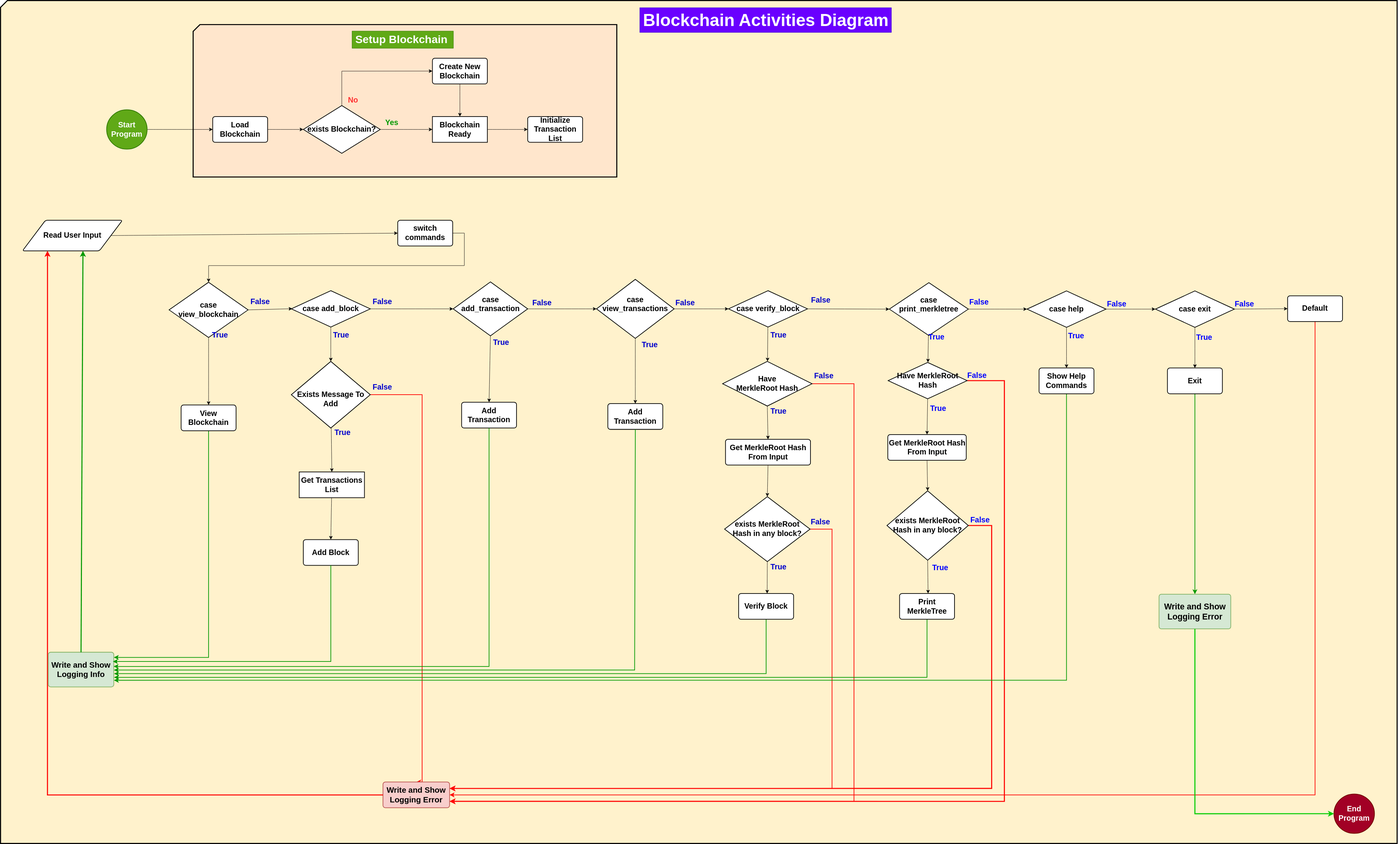
Above: public/images/Blockchain.svg in NoNameNo1F/Simplified_Blockchain-Golang (draw.io), before the change. Source tidied: cells renumbered, new cells last; positions are measured from the earlier drawing's top-left corner, leaving out a move shared by most shapes.
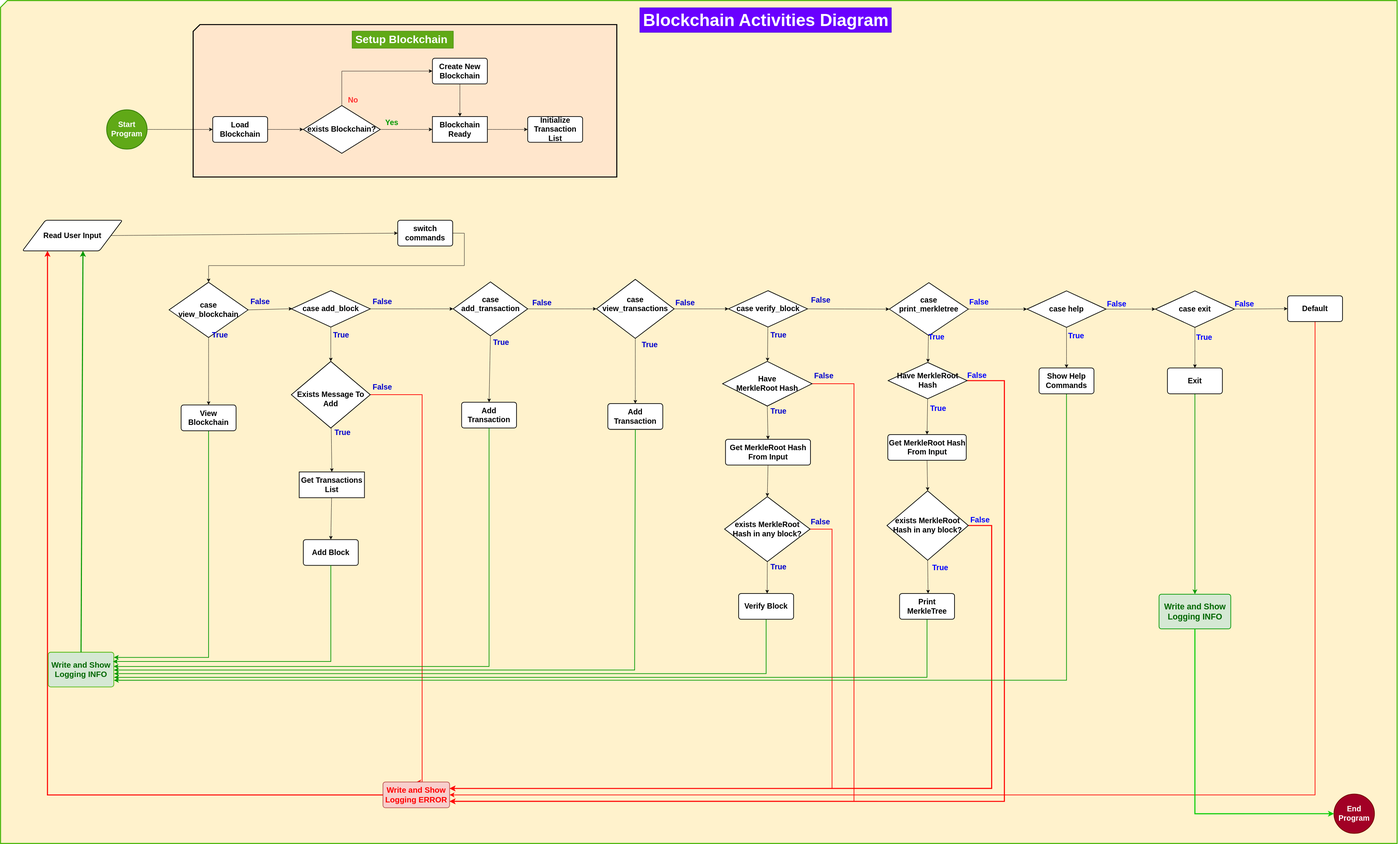
The same diagram one commit later.

Commit message:
docs: update flow when exiting.

What changed in the source:
```diff
@@ -2,7 +2,7 @@
   <root>
     <mxCell id="0" />
     <mxCell id="1" parent="0" />
-    <mxCell id="2" style="verticalLabelPosition=bottom;verticalAlign=top;html=1;shape=card;whiteSpace=wrap;size=20;arcSize=12;fontSize=16;fillColor=#fff2cc;strokeColor=#000000;strokeWidth=3;" parent="1" vertex="1">
+    <mxCell id="2" style="verticalLabelPosition=bottom;verticalAlign=top;html=1;shape=card;whiteSpace=wrap;size=20;arcSize=12;fontSize=16;fillColor=#fff2cc;strokeColor=#4db80f;strokeWidth=3;" parent="1" vertex="1">
       <mxGeometry width="4068" height="2455" as="geometry" />
     </mxCell>
     <mxCell id="3" style="verticalLabelPosition=bottom;verticalAlign=top;html=1;shape=card;whiteSpace=wrap;size=20;arcSize=12;fontSize=16;fillColor=#ffe6cc;strokeColor=#000000;strokeWidth=3;" parent="1" vertex="1">
@@ -132,7 +132,7 @@
     <mxCell id="39" value="False" style="text;html=1;align=center;verticalAlign=middle;strokeColor=none;fillColor=none;fontSize=22;fontStyle=1;fontColor=#0000CC;" parent="1" vertex="1">
       <mxGeometry x="1075" y="1106.5" width="74" height="38" as="geometry" />
     </mxCell>
-    <mxCell id="40" value="Write and Show Logging Error" style="rounded=1;whiteSpace=wrap;html=1;absoluteArcSize=1;arcSize=14;strokeWidth=2;fontSize=23;fillColor=#f8cecc;strokeColor=#b85450;fontStyle=1;" parent="1" vertex="1">
+    <mxCell id="40" value="&lt;font color=&quot;#ff0000&quot;&gt;Write and Show Logging ERROR&lt;/font&gt;" style="rounded=1;whiteSpace=wrap;html=1;absoluteArcSize=1;arcSize=14;strokeWidth=2;fontSize=23;fillColor=#f8cecc;strokeColor=#b85450;fontStyle=1;" parent="1" vertex="1">
       <mxGeometry x="1114" y="2276" width="194" height="75" as="geometry" />
     </mxCell>
     <mxCell id="41" style="edgeStyle=orthogonalEdgeStyle;rounded=0;jettySize=auto;html=1;entryX=0.25;entryY=1;entryDx=0;entryDy=0;fontSize=12;startSize=8;endSize=8;fillColor=#f8cecc;strokeColor=#FF0000;strokeWidth=3;" parent="1" edge="1" source="40" target="23">
@@ -362,7 +362,7 @@
     <mxCell id="109" value="False" style="text;html=1;align=center;verticalAlign=middle;strokeColor=none;fillColor=none;fontSize=22;fontStyle=1;fontColor=#0000FF;" parent="1" vertex="1">
       <mxGeometry x="3586" y="865.8" width="74" height="38" as="geometry" />
     </mxCell>
-    <mxCell id="110" value="Write and Show Logging Info" style="rounded=1;whiteSpace=wrap;html=1;absoluteArcSize=1;arcSize=14;strokeWidth=2;fontSize=23;fillColor=#d5e8d4;strokeColor=#82b366;fontStyle=1;" parent="1" vertex="1">
+    <mxCell id="110" value="Write and Show Logging INFO" style="rounded=1;whiteSpace=wrap;html=1;absoluteArcSize=1;arcSize=14;strokeWidth=2;fontSize=23;fillColor=#d5e8d4;strokeColor=#4db80f;fontStyle=1;fontColor=#006600;" parent="1" vertex="1">
       <mxGeometry x="139" y="1898" width="191" height="101" as="geometry" />
     </mxCell>
     <mxCell id="111" style="edgeStyle=orthogonalEdgeStyle;rounded=0;jettySize=auto;html=1;exitX=0.5;exitY=1;exitDx=0;exitDy=0;entryX=0.986;entryY=0.273;entryDx=0;entryDy=0;fontSize=12;startSize=8;endSize=8;strokeColor=#009900;strokeWidth=2;entryPerimeter=0;" parent="1" edge="1" source="34" target="110">
@@ -399,7 +399,7 @@
     <mxCell id="117" value="&lt;font color=&quot;#ff3333&quot; style=&quot;font-size: 22px;&quot;&gt;No&lt;/font&gt;" style="text;html=1;strokeColor=none;fillColor=none;align=center;verticalAlign=middle;whiteSpace=wrap;rounded=0;fontSize=16;fontColor=#0000FF;fontStyle=1;" parent="1" vertex="1">
       <mxGeometry x="997" y="276" width="60" height="30" as="geometry" />
     </mxCell>
-    <mxCell id="118" value="Write and Show Logging Error" style="rounded=1;whiteSpace=wrap;html=1;absoluteArcSize=1;arcSize=14;strokeWidth=2;fontSize=24;fillColor=#d5e8d4;strokeColor=#82b366;fontStyle=1;" parent="1" vertex="1">
+    <mxCell id="118" value="Write and Show Logging INFO" style="rounded=1;whiteSpace=wrap;html=1;absoluteArcSize=1;arcSize=14;strokeWidth=2;fontSize=24;fillColor=#d5e8d4;strokeColor=#009900;fontStyle=1;fontColor=#006600;" parent="1" vertex="1">
       <mxGeometry x="3374.5" y="1729" width="209" height="101" as="geometry" />
     </mxCell>
     <mxCell id="119" value="End Program" style="strokeWidth=2;html=1;shape=mxgraph.flowchart.start_2;whiteSpace=wrap;fontSize=22;fontStyle=1;fillColor=#a20025;fontColor=#ffffff;strokeColor=#6F0000;" parent="1" vertex="1">
```
